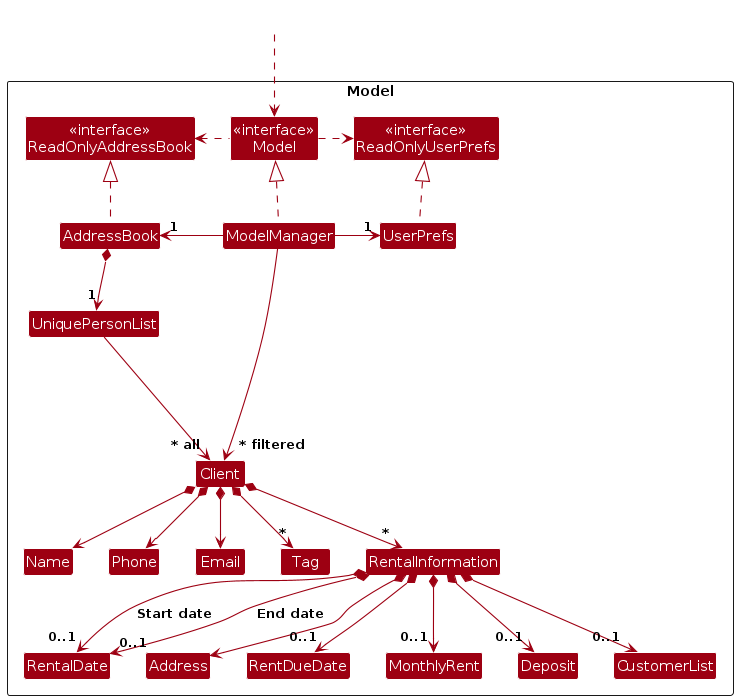
Above: diagrams/ModelClassDiagram.png in AY2425S1-CS2103T-T15-1/tp (PlantUML), before the change. Its source is kept beside it as diagrams/ModelClassDiagram.puml.
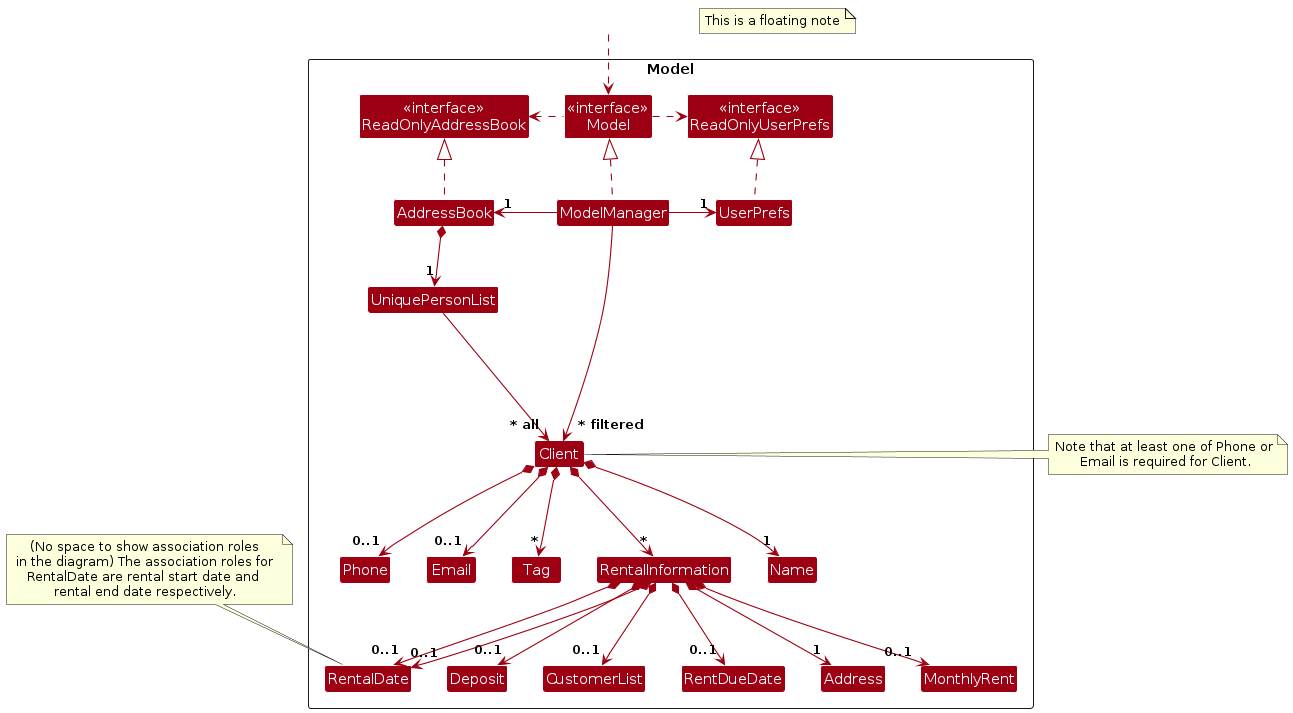
The same file after the commit.

Diff of the diagram source:
```diff
@@ -20,8 +20,8 @@
 Class Tag
 
 Class RentalInformation
+Class RentalDate
 Class Address
-Class RentalDate
 Class RentDueDate
 Class MonthlyRent
 Class Deposit
@@ -44,19 +44,24 @@
 
 AddressBook *--> "1" UniquePersonList
 UniquePersonList --> "~* all" Client
-Client *--> Name
-Client *--> Phone
-Client *--> Email
+Client *--> "1" Name
+Client *--> "0..1" Phone
+Client *--> "0..1" Email
 Client *--> "*" Tag
 Client *--> "*" RentalInformation
 
-RentalInformation *--> Address
-RentalInformation *--> "0..1" RentalDate : "Start date"
-RentalInformation *--> "0..1" RentalDate : "End date"
+note "This is a floating note" as N1
+
+RentalInformation *--> "0..1" RentalDate
+RentalInformation *--> "0..1" RentalDate
+RentalInformation *--> "1" Address
 RentalInformation *--> "0..1" RentDueDate
 RentalInformation *--> "0..1" MonthlyRent
 RentalInformation *--> "0..1" Deposit
 RentalInformation *--> "0..1" CustomerList
+
+note top of RentalDate : (No space to show association roles\n in the diagram) The association roles for \nRentalDate are rental start date and \nrental end date respectively.
+note right of Client : Note that at least one of Phone or\n Email is required for Client.
 
 Client -[hidden]up--> I
 UniquePersonList -[hidden]right-> I
@@ -64,7 +69,8 @@
 Name -[hidden]right-> Phone
 Phone -[hidden]right-> Email
 
-RentalDate -[hidden]right-> Address
+MonthlyRent -[hidden]right-> RentalDate
+RentalDate -[hidden]right-> RentDueDate
 
 ModelManager --> "~* filtered" Client
 @enduml
```
